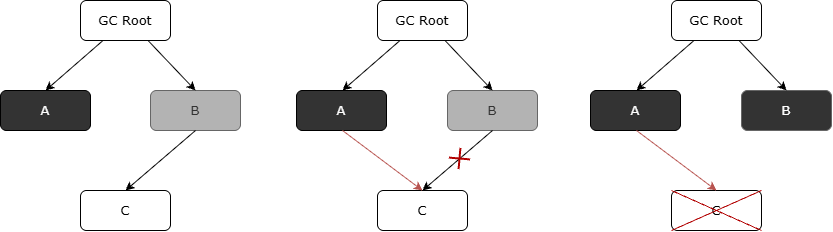
Earlier version of the draw.io export go/GC三色标记过程中的漏标.drawio.png (oHo404/imgrepo). Source tidied: cells renumbered, new cells last; positions are measured from the earlier drawing's top-left corner, leaving out a move shared by most shapes. Its diagram source:
```xml
<mxGraphModel>
  <root>
    <mxCell id="0" />
    <mxCell id="1" parent="0" />
    <mxCell id="2" value="GC Root" style="rounded=1;whiteSpace=wrap;html=1;roundedPerimeter=1;fontSize=13;fontFamily=Verdana;" parent="1" vertex="1">
      <mxGeometry x="80" width="90" height="40" as="geometry" />
    </mxCell>
    <mxCell id="3" value="A" style="rounded=1;whiteSpace=wrap;html=1;roundedPerimeter=1;fontSize=13;fontFamily=Verdana;fillColor=#333333;fontColor=#FFFFFF;" parent="1" vertex="1">
      <mxGeometry y="90" width="90" height="40" as="geometry" />
    </mxCell>
    <mxCell id="4" value="B" style="rounded=1;whiteSpace=wrap;html=1;roundedPerimeter=1;fontSize=13;fontFamily=Verdana;fillColor=#B3B3B3;strokeColor=#666666;fontColor=#333333;" parent="1" vertex="1">
      <mxGeometry x="150" y="90" width="90" height="40" as="geometry" />
    </mxCell>
    <mxCell id="5" value="C" style="rounded=1;whiteSpace=wrap;html=1;roundedPerimeter=1;fontSize=13;fontFamily=Verdana;" parent="1" vertex="1">
      <mxGeometry x="80" y="190" width="90" height="40" as="geometry" />
    </mxCell>
    <mxCell id="6" style="endArrow=classic;html=1;rounded=0;defaultLabelBackgroundColor=page;exitX=0.25;exitY=1;exitDx=0;exitDy=0;entryX=0.5;entryY=0;entryDx=0;entryDy=0;" parent="1" edge="1" source="2" target="3">
      <mxGeometry relative="1" as="geometry" />
    </mxCell>
    <mxCell id="7" style="endArrow=classic;html=1;rounded=0;defaultLabelBackgroundColor=page;exitX=0.75;exitY=1;exitDx=0;exitDy=0;entryX=0.5;entryY=0;entryDx=0;entryDy=0;" parent="1" edge="1" source="2" target="4">
      <mxGeometry relative="1" as="geometry" />
    </mxCell>
    <mxCell id="8" style="endArrow=classic;html=1;rounded=0;defaultLabelBackgroundColor=page;exitX=0.5;exitY=1;exitDx=0;exitDy=0;entryX=0.5;entryY=0;entryDx=0;entryDy=0;" parent="1" edge="1" source="4" target="5">
      <mxGeometry relative="1" as="geometry" />
    </mxCell>
    <mxCell id="9" value="GC Root" style="rounded=1;whiteSpace=wrap;html=1;roundedPerimeter=1;fontSize=13;fontFamily=Verdana;" parent="1" vertex="1">
      <mxGeometry x="377" width="90" height="40" as="geometry" />
    </mxCell>
    <mxCell id="10" value="A" style="rounded=1;whiteSpace=wrap;html=1;roundedPerimeter=1;fontSize=13;fontFamily=Verdana;fillColor=#333333;fontColor=#FFFFFF;" parent="1" vertex="1">
      <mxGeometry x="296" y="90" width="90" height="40" as="geometry" />
    </mxCell>
    <mxCell id="11" value="B" style="rounded=1;whiteSpace=wrap;html=1;roundedPerimeter=1;fontSize=13;fontFamily=Verdana;fillColor=#B3B3B3;strokeColor=#666666;fontColor=#333333;" parent="1" vertex="1">
      <mxGeometry x="447" y="90" width="90" height="40" as="geometry" />
    </mxCell>
    <mxCell id="12" value="C" style="rounded=1;whiteSpace=wrap;html=1;roundedPerimeter=1;fontSize=13;fontFamily=Verdana;" parent="1" vertex="1">
      <mxGeometry x="377" y="190" width="90" height="40" as="geometry" />
    </mxCell>
    <mxCell id="13" style="endArrow=classic;html=1;rounded=0;defaultLabelBackgroundColor=page;exitX=0.25;exitY=1;exitDx=0;exitDy=0;entryX=0.5;entryY=0;entryDx=0;entryDy=0;" parent="1" edge="1" source="9">
      <mxGeometry relative="1" as="geometry">
        <mxPoint x="342" y="90" as="targetPoint" />
      </mxGeometry>
    </mxCell>
    <mxCell id="14" style="endArrow=classic;html=1;rounded=0;defaultLabelBackgroundColor=page;exitX=0.75;exitY=1;exitDx=0;exitDy=0;entryX=0.5;entryY=0;entryDx=0;entryDy=0;" parent="1" edge="1" source="9" target="11">
      <mxGeometry relative="1" as="geometry" />
    </mxCell>
    <mxCell id="15" style="endArrow=classic;html=1;rounded=0;defaultLabelBackgroundColor=page;exitX=0.5;exitY=1;exitDx=0;exitDy=0;entryX=0.5;entryY=0;entryDx=0;entryDy=0;" parent="1" edge="1" source="11" target="12">
      <mxGeometry relative="1" as="geometry" />
    </mxCell>
    <mxCell id="16" style="endArrow=classic;html=1;rounded=0;defaultLabelBackgroundColor=page;entryX=0.5;entryY=0;entryDx=0;entryDy=0;exitX=0.5;exitY=1;exitDx=0;exitDy=0;fillColor=#f8cecc;strokeColor=#b85450;" parent="1" edge="1" target="12">
      <mxGeometry relative="1" as="geometry">
        <mxPoint x="342" y="130" as="sourcePoint" />
      </mxGeometry>
    </mxCell>
    <mxCell id="17" style="shape=umlDestroy;whiteSpace=wrap;html=1;strokeWidth=2;targetShapes=umlLifeline;fillColor=#e51400;fontColor=#ffffff;strokeColor=#B20000;rotation=50;" parent="1" vertex="1">
      <mxGeometry x="452" y="151" width="15" height="15" as="geometry" />
    </mxCell>
    <mxCell id="18" value="GC Root" style="rounded=1;whiteSpace=wrap;html=1;roundedPerimeter=1;fontSize=13;fontFamily=Verdana;" parent="1" vertex="1">
      <mxGeometry x="671" width="90" height="40" as="geometry" />
    </mxCell>
    <mxCell id="19" value="A" style="rounded=1;whiteSpace=wrap;html=1;roundedPerimeter=1;fontSize=13;fontFamily=Verdana;fillColor=#333333;fontColor=#FFFFFF;" parent="1" vertex="1">
      <mxGeometry x="590" y="90" width="90" height="40" as="geometry" />
    </mxCell>
    <mxCell id="20" value="B" style="rounded=1;whiteSpace=wrap;html=1;roundedPerimeter=1;fontSize=13;fontFamily=Verdana;fillColor=#333333;strokeColor=#666666;fontColor=#FFFFFF;" parent="1" vertex="1">
      <mxGeometry x="741" y="90" width="90" height="40" as="geometry" />
    </mxCell>
    <mxCell id="21" value="C" style="rounded=1;whiteSpace=wrap;html=1;roundedPerimeter=1;fontSize=13;fontFamily=Verdana;" parent="1" vertex="1">
      <mxGeometry x="671" y="190" width="90" height="40" as="geometry" />
    </mxCell>
    <mxCell id="22" style="endArrow=classic;html=1;rounded=0;defaultLabelBackgroundColor=page;exitX=0.25;exitY=1;exitDx=0;exitDy=0;entryX=0.5;entryY=0;entryDx=0;entryDy=0;" parent="1" edge="1" source="18">
      <mxGeometry relative="1" as="geometry">
        <mxPoint x="636" y="90" as="targetPoint" />
      </mxGeometry>
    </mxCell>
    <mxCell id="23" style="endArrow=classic;html=1;rounded=0;defaultLabelBackgroundColor=page;exitX=0.75;exitY=1;exitDx=0;exitDy=0;entryX=0.5;entryY=0;entryDx=0;entryDy=0;" parent="1" edge="1" source="18" target="20">
      <mxGeometry relative="1" as="geometry" />
    </mxCell>
    <mxCell id="24" style="endArrow=classic;html=1;rounded=0;defaultLabelBackgroundColor=page;entryX=0.5;entryY=0;entryDx=0;entryDy=0;exitX=0.5;exitY=1;exitDx=0;exitDy=0;fillColor=#f8cecc;strokeColor=#b85450;" parent="1" edge="1" target="21">
      <mxGeometry relative="1" as="geometry">
        <mxPoint x="636" y="130" as="sourcePoint" />
      </mxGeometry>
    </mxCell>
    <mxCell id="25" style="shape=umlDestroy;whiteSpace=wrap;html=1;strokeWidth=1;targetShapes=umlLifeline;fillColor=#FF6666;fontColor=#ffffff;strokeColor=#B20000;" parent="1" vertex="1">
      <mxGeometry x="671" y="190" width="90" height="40" as="geometry" />
    </mxCell>
  </root>
</mxGraphModel>
```
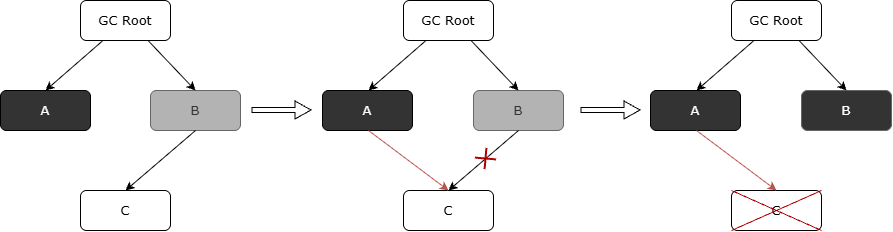
The same diagram one commit later.

Commit message:
更新GC三色标记过程中的漏标.drawio.png

Change to the diagram source:
```diff
@@ -3,16 +3,16 @@
     <mxCell id="0" />
     <mxCell id="1" parent="0" />
     <mxCell id="2" value="GC Root" style="rounded=1;whiteSpace=wrap;html=1;roundedPerimeter=1;fontSize=13;fontFamily=Verdana;" parent="1" vertex="1">
-      <mxGeometry x="80" width="90" height="40" as="geometry" />
+      <mxGeometry x="20" width="90" height="40" as="geometry" />
     </mxCell>
     <mxCell id="3" value="A" style="rounded=1;whiteSpace=wrap;html=1;roundedPerimeter=1;fontSize=13;fontFamily=Verdana;fillColor=#333333;fontColor=#FFFFFF;" parent="1" vertex="1">
-      <mxGeometry y="90" width="90" height="40" as="geometry" />
+      <mxGeometry x="-60" y="90" width="90" height="40" as="geometry" />
     </mxCell>
     <mxCell id="4" value="B" style="rounded=1;whiteSpace=wrap;html=1;roundedPerimeter=1;fontSize=13;fontFamily=Verdana;fillColor=#B3B3B3;strokeColor=#666666;fontColor=#333333;" parent="1" vertex="1">
-      <mxGeometry x="150" y="90" width="90" height="40" as="geometry" />
+      <mxGeometry x="90" y="90" width="90" height="40" as="geometry" />
     </mxCell>
     <mxCell id="5" value="C" style="rounded=1;whiteSpace=wrap;html=1;roundedPerimeter=1;fontSize=13;fontFamily=Verdana;" parent="1" vertex="1">
-      <mxGeometry x="80" y="190" width="90" height="40" as="geometry" />
+      <mxGeometry x="20" y="190" width="90" height="40" as="geometry" />
     </mxCell>
     <mxCell id="6" style="endArrow=classic;html=1;rounded=0;defaultLabelBackgroundColor=page;exitX=0.25;exitY=1;exitDx=0;exitDy=0;entryX=0.5;entryY=0;entryDx=0;entryDy=0;" parent="1" edge="1" source="2" target="3">
       <mxGeometry relative="1" as="geometry" />
@@ -24,20 +24,20 @@
       <mxGeometry relative="1" as="geometry" />
     </mxCell>
     <mxCell id="9" value="GC Root" style="rounded=1;whiteSpace=wrap;html=1;roundedPerimeter=1;fontSize=13;fontFamily=Verdana;" parent="1" vertex="1">
-      <mxGeometry x="377" width="90" height="40" as="geometry" />
+      <mxGeometry x="343" width="90" height="40" as="geometry" />
     </mxCell>
     <mxCell id="10" value="A" style="rounded=1;whiteSpace=wrap;html=1;roundedPerimeter=1;fontSize=13;fontFamily=Verdana;fillColor=#333333;fontColor=#FFFFFF;" parent="1" vertex="1">
-      <mxGeometry x="296" y="90" width="90" height="40" as="geometry" />
+      <mxGeometry x="262" y="90" width="90" height="40" as="geometry" />
     </mxCell>
     <mxCell id="11" value="B" style="rounded=1;whiteSpace=wrap;html=1;roundedPerimeter=1;fontSize=13;fontFamily=Verdana;fillColor=#B3B3B3;strokeColor=#666666;fontColor=#333333;" parent="1" vertex="1">
-      <mxGeometry x="447" y="90" width="90" height="40" as="geometry" />
+      <mxGeometry x="413" y="90" width="90" height="40" as="geometry" />
     </mxCell>
     <mxCell id="12" value="C" style="rounded=1;whiteSpace=wrap;html=1;roundedPerimeter=1;fontSize=13;fontFamily=Verdana;" parent="1" vertex="1">
-      <mxGeometry x="377" y="190" width="90" height="40" as="geometry" />
+      <mxGeometry x="343" y="190" width="90" height="40" as="geometry" />
     </mxCell>
     <mxCell id="13" style="endArrow=classic;html=1;rounded=0;defaultLabelBackgroundColor=page;exitX=0.25;exitY=1;exitDx=0;exitDy=0;entryX=0.5;entryY=0;entryDx=0;entryDy=0;" parent="1" edge="1" source="9">
       <mxGeometry relative="1" as="geometry">
-        <mxPoint x="342" y="90" as="targetPoint" />
+        <mxPoint x="308" y="90" as="targetPoint" />
       </mxGeometry>
     </mxCell>
     <mxCell id="14" style="endArrow=classic;html=1;rounded=0;defaultLabelBackgroundColor=page;exitX=0.75;exitY=1;exitDx=0;exitDy=0;entryX=0.5;entryY=0;entryDx=0;entryDy=0;" parent="1" edge="1" source="9" target="11">
@@ -48,11 +48,11 @@
     </mxCell>
     <mxCell id="16" style="endArrow=classic;html=1;rounded=0;defaultLabelBackgroundColor=page;entryX=0.5;entryY=0;entryDx=0;entryDy=0;exitX=0.5;exitY=1;exitDx=0;exitDy=0;fillColor=#f8cecc;strokeColor=#b85450;" parent="1" edge="1" target="12">
       <mxGeometry relative="1" as="geometry">
-        <mxPoint x="342" y="130" as="sourcePoint" />
+        <mxPoint x="308" y="130" as="sourcePoint" />
       </mxGeometry>
     </mxCell>
     <mxCell id="17" style="shape=umlDestroy;whiteSpace=wrap;html=1;strokeWidth=2;targetShapes=umlLifeline;fillColor=#e51400;fontColor=#ffffff;strokeColor=#B20000;rotation=50;" parent="1" vertex="1">
-      <mxGeometry x="452" y="151" width="15" height="15" as="geometry" />
+      <mxGeometry x="418" y="151" width="15" height="15" as="geometry" />
     </mxCell>
     <mxCell id="18" value="GC Root" style="rounded=1;whiteSpace=wrap;html=1;roundedPerimeter=1;fontSize=13;fontFamily=Verdana;" parent="1" vertex="1">
       <mxGeometry x="671" width="90" height="40" as="geometry" />
@@ -82,5 +82,17 @@
     <mxCell id="25" style="shape=umlDestroy;whiteSpace=wrap;html=1;strokeWidth=1;targetShapes=umlLifeline;fillColor=#FF6666;fontColor=#ffffff;strokeColor=#B20000;" parent="1" vertex="1">
       <mxGeometry x="671" y="190" width="90" height="40" as="geometry" />
     </mxCell>
+    <mxCell id="26" style="shape=flexArrow;endArrow=classic;html=1;rounded=0;defaultLabelBackgroundColor=page;width=5;endSize=5;endWidth=12;" parent="1" edge="1">
+      <mxGeometry relative="1" as="geometry">
+        <mxPoint x="520" y="109.5" as="sourcePoint" />
+        <mxPoint x="580" y="109.5" as="targetPoint" />
+      </mxGeometry>
+    </mxCell>
+    <mxCell id="27" style="shape=flexArrow;endArrow=classic;html=1;rounded=0;defaultLabelBackgroundColor=page;width=5;endSize=5;endWidth=12;" parent="1" edge="1">
+      <mxGeometry relative="1" as="geometry">
+        <mxPoint x="191" y="109.5" as="sourcePoint" />
+        <mxPoint x="251" y="109.5" as="targetPoint" />
+      </mxGeometry>
+    </mxCell>
   </root>
 </mxGraphModel>
```
